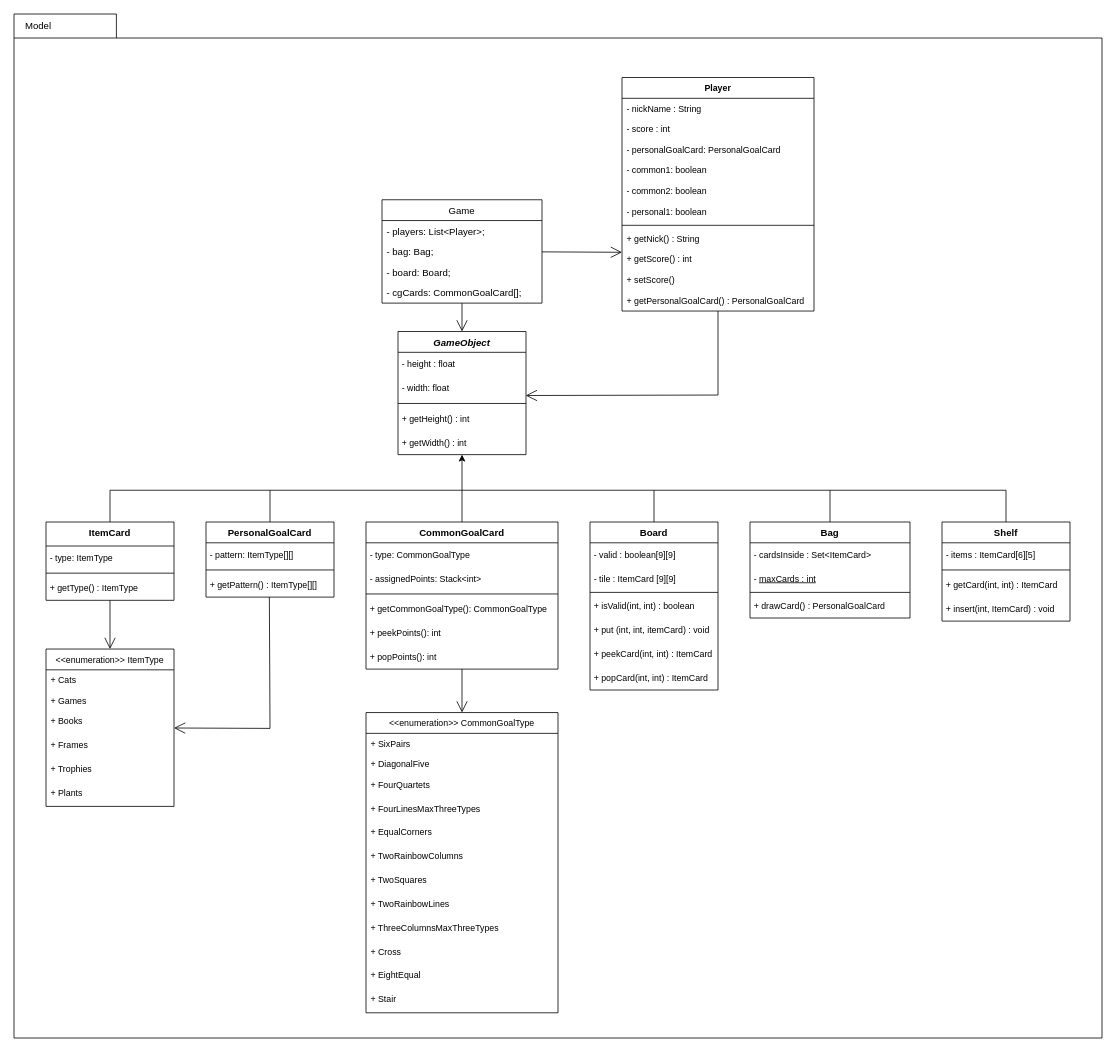
Earlier version of the draw.io diagram src/main/resources/uml.drawio (AndreaTorti-01/ing-sw-2023-torti-vigano-valtolina-vokrri). Source tidied: cells renumbered, new cells numbered last; positions are measured from the earlier drawing's top-left corner, leaving out a move shared by most shapes. Both pictures are drawn from the tidied source at 80%, with x=0, y=0 at pixel (14, 14).
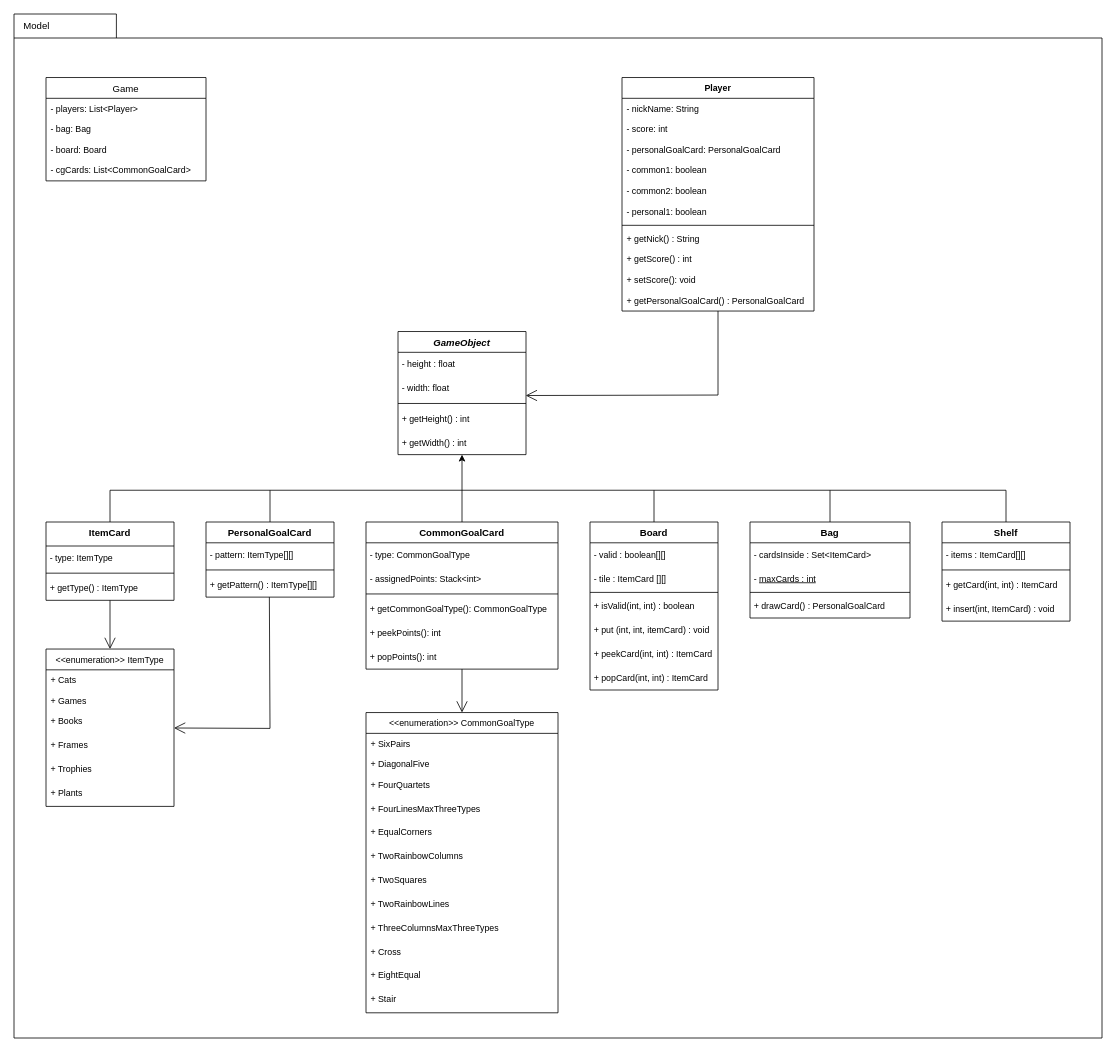
The same page after the edit.

The change refers to these unchanged cells:
```xml
<mxCell id="2" style="group;verticalAlign=middle;" parent="1" vertex="1">
  <mxGeometry width="1360" height="1280" as="geometry" />
</mxCell>
<mxCell id="4" value="GameObject" style="swimlane;fontStyle=3;align=center;verticalAlign=top;horizontal=1;startSize=26;rounded=0;shadow=0;strokeWidth=1;" parent="2" vertex="1">
  <mxGeometry x="480" y="396.9" width="160" height="153.9" as="geometry" />
</mxCell>
<mxCell id="14" value="Board" style="swimlane;fontStyle=1;align=center;verticalAlign=top;horizontal=1;startSize=26;" parent="2" vertex="1">
  <mxGeometry x="720" y="635" width="160" height="210" as="geometry" />
</mxCell>
<mxCell id="27" value="Shelf" style="swimlane;fontStyle=1;align=center;verticalAlign=top;horizontal=1;startSize=26;" parent="2" vertex="1">
  <mxGeometry x="1160" y="635" width="160" height="123.9" as="geometry" />
</mxCell>
<mxCell id="65" value="Player" style="swimlane;fontStyle=1;align=center;verticalAlign=top;horizontal=1;startSize=26;fontSize=11;" parent="2" vertex="1">
  <mxGeometry x="760" y="79.4" width="240" height="291.9" as="geometry" />
</mxCell>
<mxCell id="74" value="+ getScore() : int" style="text;strokeColor=none;fillColor=none;align=left;verticalAlign=top;spacingLeft=4;spacingRight=4;overflow=hidden;points=[[0,0.5],[1,0.5]];portConstraint=eastwest;fontSize=11;" parent="65" vertex="1">
  <mxGeometry y="214.5" width="240" height="25.8" as="geometry" />
</mxCell>
```

The edit, as a diff of the source:
```diff
@@
-    <mxCell id="15" value="&amp;nbsp;- valid : boolean[9][9]" style="text;html=1;align=left;verticalAlign=middle;strokeColor=none;fillColor=none;fontSize=11;" parent="14" vertex="1">
+    <mxCell id="15" value="&amp;nbsp;- valid : boolean[][]" style="text;html=1;align=left;verticalAlign=middle;strokeColor=none;fillColor=none;fontSize=11;" parent="14" vertex="1">
       <mxGeometry y="26" width="160" height="30" as="geometry" />
     </mxCell>
-    <mxCell id="16" value="&amp;nbsp;- tile : ItemCard [9][9]" style="text;html=1;align=left;verticalAlign=middle;strokeColor=none;fillColor=none;fontSize=11;" parent="14" vertex="1">
+    <mxCell id="16" value="&amp;nbsp;- tile : ItemCard [][]" style="text;html=1;align=left;verticalAlign=middle;strokeColor=none;fillColor=none;fontSize=11;" parent="14" vertex="1">
       <mxGeometry y="56" width="160" height="30" as="geometry" />
     </mxCell>
@@
-    <mxCell id="28" value="&amp;nbsp;- items : ItemCard[6][5]" style="text;html=1;align=left;verticalAlign=middle;strokeColor=none;fillColor=none;fontSize=11;" parent="27" vertex="1">
+    <mxCell id="28" value="&amp;nbsp;- items : ItemCard[][]" style="text;html=1;align=left;verticalAlign=middle;strokeColor=none;fillColor=none;fontSize=11;" parent="27" vertex="1">
       <mxGeometry y="26" width="160" height="30" as="geometry" />
     </mxCell>
@@
-    <mxCell id="66" value="- nickName : String" style="text;strokeColor=none;fillColor=none;align=left;verticalAlign=top;spacingLeft=4;spacingRight=4;overflow=hidden;fontSize=11;" parent="65" vertex="1">
+    <mxCell id="66" value="- nickName: String" style="text;strokeColor=none;fillColor=none;align=left;verticalAlign=top;spacingLeft=4;spacingRight=4;overflow=hidden;fontSize=11;" parent="65" vertex="1">
       <mxGeometry y="26" width="240" height="25.8" as="geometry" />
     </mxCell>
-    <mxCell id="67" value="- score : int" style="text;strokeColor=none;fillColor=none;align=left;verticalAlign=top;spacingLeft=4;spacingRight=4;overflow=hidden;fontSize=11;" parent="65" vertex="1">
+    <mxCell id="67" value="- score: int" style="text;strokeColor=none;fillColor=none;align=left;verticalAlign=top;spacingLeft=4;spacingRight=4;overflow=hidden;fontSize=11;" parent="65" vertex="1">
       <mxGeometry y="51.8" width="240" height="25.8" as="geometry" />
     </mxCell>
@@
-    <mxCell id="75" value="+ setScore()" style="text;strokeColor=none;fillColor=none;align=left;verticalAlign=top;spacingLeft=4;spacingRight=4;overflow=hidden;fontSize=11;" parent="65" vertex="1">
+    <mxCell id="75" value="+ setScore(): void" style="text;strokeColor=none;fillColor=none;align=left;verticalAlign=top;spacingLeft=4;spacingRight=4;overflow=hidden;fontSize=11;" parent="65" vertex="1">
       <mxGeometry y="240.3" width="240" height="25.8" as="geometry" />
     </mxCell>
@@
     <mxCell id="85" value="Game" style="swimlane;fontStyle=0;horizontal=1;startSize=26;fillColor=none;" parent="2" vertex="1">
-      <mxGeometry x="460" y="232.2" width="200" height="129.2" as="geometry" />
+      <mxGeometry x="40" y="79.4" width="200" height="129.2" as="geometry" />
     </mxCell>
-    <mxCell id="86" value="- players: List&lt;Player&gt;;" style="text;strokeColor=none;fillColor=none;align=left;verticalAlign=top;spacingLeft=4;spacingRight=4;overflow=hidden;" parent="85" vertex="1">
+    <mxCell id="86" value="- players: List&lt;Player&gt;" style="text;strokeColor=none;fillColor=none;align=left;verticalAlign=top;spacingLeft=4;spacingRight=4;overflow=hidden;fontSize=11;" parent="85" vertex="1">
       <mxGeometry y="26" width="200" height="25.8" as="geometry" />
     </mxCell>
-    <mxCell id="87" value="- bag: Bag;" style="text;strokeColor=none;fillColor=none;align=left;verticalAlign=top;spacingLeft=4;spacingRight=4;overflow=hidden;" parent="85" vertex="1">
+    <mxCell id="87" value="- bag: Bag" style="text;strokeColor=none;fillColor=none;align=left;verticalAlign=top;spacingLeft=4;spacingRight=4;overflow=hidden;fontSize=11;" parent="85" vertex="1">
       <mxGeometry y="51.8" width="200" height="25.8" as="geometry" />
     </mxCell>
-    <mxCell id="88" value="- board: Board;" style="text;strokeColor=none;fillColor=none;align=left;verticalAlign=top;spacingLeft=4;spacingRight=4;overflow=hidden;" parent="85" vertex="1">
+    <mxCell id="88" value="- board: Board" style="text;strokeColor=none;fillColor=none;align=left;verticalAlign=top;spacingLeft=4;spacingRight=4;overflow=hidden;fontSize=11;" parent="85" vertex="1">
       <mxGeometry y="77.6" width="200" height="25.8" as="geometry" />
     </mxCell>
-    <mxCell id="89" value="- cgCards: CommonGoalCard[];" style="text;strokeColor=none;fillColor=none;align=left;verticalAlign=top;spacingLeft=4;spacingRight=4;overflow=hidden;" parent="85" vertex="1">
+    <mxCell id="89" value="- cgCards: List&lt;CommonGoalCard&gt;" style="text;strokeColor=none;fillColor=none;align=left;verticalAlign=top;spacingLeft=4;spacingRight=4;overflow=hidden;fontSize=11;" parent="85" vertex="1">
       <mxGeometry y="103.4" width="200" height="25.8" as="geometry" />
     </mxCell>
-    <mxCell id="90" style="endArrow=open;endFill=1;endSize=12;html=1;rounded=0;" parent="2" edge="1" source="85" target="4">
-      <mxGeometry relative="1" as="geometry" />
-    </mxCell>
-    <mxCell id="91" style="endArrow=open;endFill=1;endSize=12;html=1;rounded=0;entryX=0;entryY=0.154;entryDx=0;entryDy=0;entryPerimeter=0;" parent="2" edge="1" source="85" target="74">
-      <mxGeometry relative="1" as="geometry" />
-    </mxCell>
-    <mxCell id="92" value="Model" style="text;html=1;align=center;verticalAlign=middle;strokeColor=none;fillColor=none;" parent="2" vertex="1">
-      <mxGeometry width="60" height="30" as="geometry" />
+    <mxCell id="92" value="Model" style="text;html=1;align=left;verticalAlign=middle;strokeColor=none;fillColor=none;" parent="2" vertex="1">
+      <mxGeometry x="10" width="60" height="30" as="geometry" />
     </mxCell>
```
